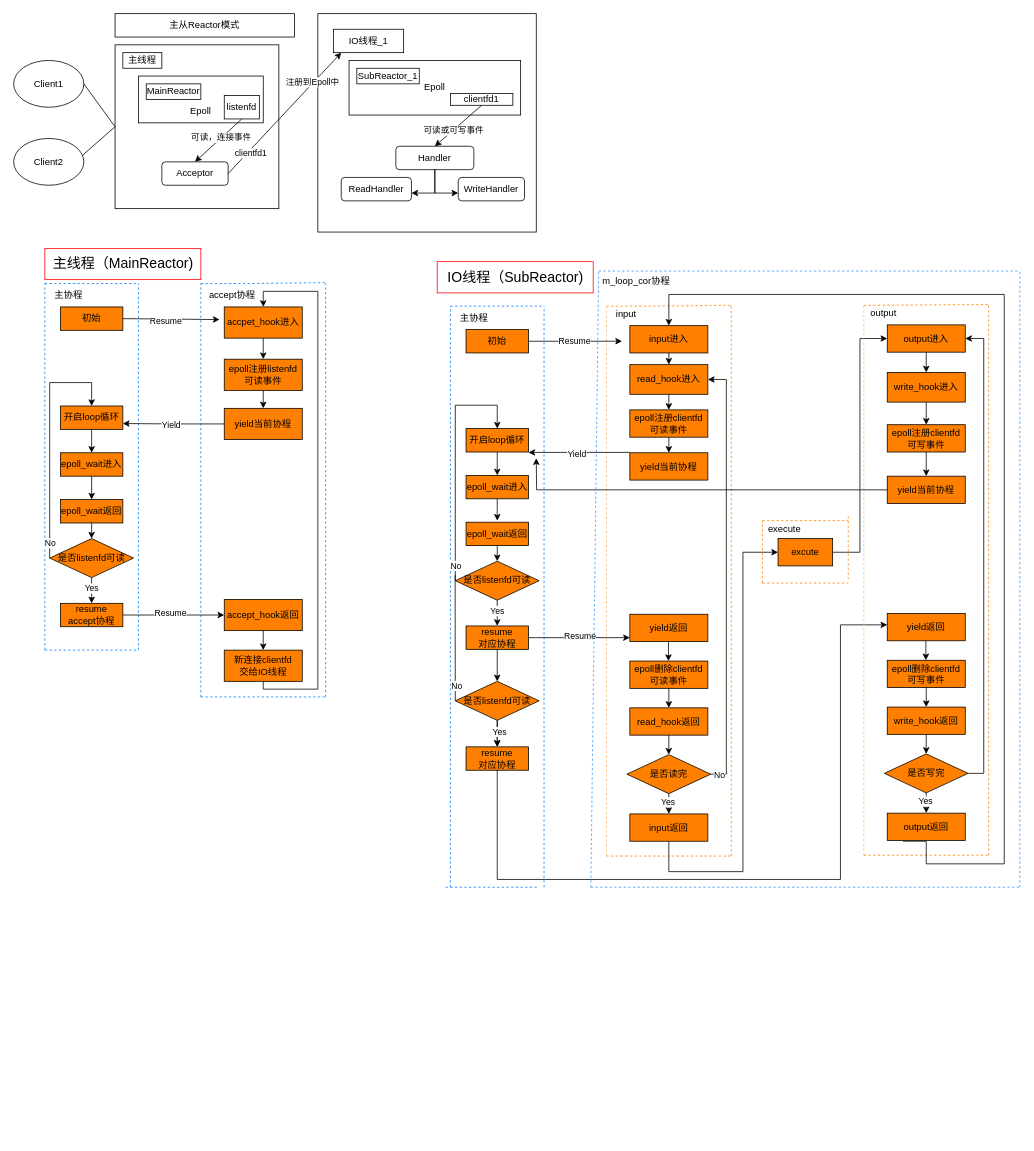
This is 项目运行截图/未命名绘图.drawio from ykangZhang/Face-recognition, a draw.io file, before an edit. Source tidied: cells renumbered, new cells numbered last; positions are measured from the earlier drawing's top-left corner, leaving out a move shared by most shapes. Both pictures are drawn from the tidied source at 78%, with x=0, y=0 at pixel (13, 13).
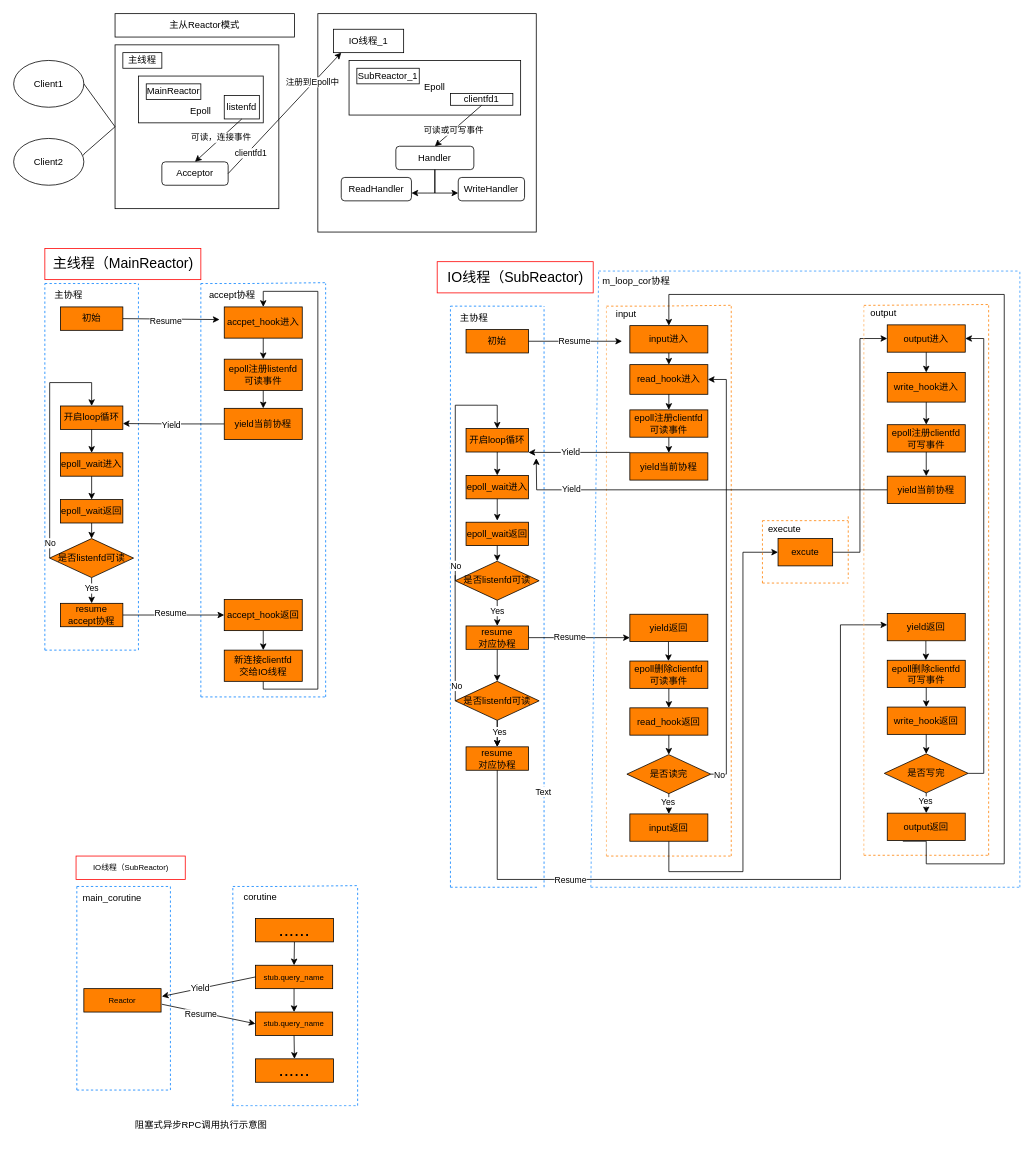
The same page after the edit.

Commit message (it also covers changes not shown here):
更新未命名绘图.drawio

Unchanged cells that the change refers to:
```xml
<mxCell id="69" style="endArrow=none;dashed=1;html=1;rounded=0;fillColor=#00FFFF;strokeColor=#007FFF;" parent="1" edge="1">
  <mxGeometry relative="1" as="geometry">
    <mxPoint x="680" y="1120" as="sourcePoint" />
    <mxPoint x="680" y="375" as="targetPoint" />
  </mxGeometry>
</mxCell>
<mxCell id="81" style="edgeStyle=orthogonalEdgeStyle;rounded=0;orthogonalLoop=1;jettySize=auto;html=1;entryX=1;entryY=0.75;entryDx=0;entryDy=0;" parent="1" edge="1">
  <mxGeometry relative="1" as="geometry">
    <mxPoint x="790" y="562.5" as="sourcePoint" />
    <mxPoint x="660" y="562.5" as="targetPoint" />
    <Array as="points">
      <mxPoint x="725" y="563" />
    </Array>
  </mxGeometry>
</mxCell>
<mxCell id="94" style="edgeStyle=orthogonalEdgeStyle;rounded=0;jettySize=auto;html=1;exitX=1;exitY=0.5;exitDx=0;exitDy=0;entryX=0;entryY=0.5;entryDx=0;entryDy=0;" parent="1" edge="1" source="97">
  <mxGeometry relative="1" as="geometry">
    <mxPoint x="790" y="800" as="targetPoint" />
  </mxGeometry>
</mxCell>
<mxCell id="104" style="edgeStyle=orthogonalEdgeStyle;rounded=0;orthogonalLoop=1;jettySize=auto;html=1;exitX=0.5;exitY=1;exitDx=0;exitDy=0;entryX=0;entryY=0.75;entryDx=0;entryDy=0;" parent="1" edge="1">
  <mxGeometry relative="1" as="geometry">
    <mxPoint x="620" y="958.4" as="sourcePoint" />
    <mxPoint x="1120" y="783.6" as="targetPoint" />
    <Array as="points">
      <mxPoint x="620" y="1110" />
      <mxPoint x="1060" y="1110" />
      <mxPoint x="1060" y="784" />
    </Array>
  </mxGeometry>
</mxCell>
<mxCell id="145" style="edgeStyle=orthogonalEdgeStyle;rounded=0;jettySize=auto;html=1;exitX=0;exitY=0.5;exitDx=0;exitDy=0;" parent="1" edge="1" source="146">
  <mxGeometry relative="1" as="geometry">
    <mxPoint x="670" y="570" as="targetPoint" />
  </mxGeometry>
</mxCell>
```

What changed in the source:
```diff
@@
     <mxCell id="68" style="endArrow=none;dashed=1;html=1;rounded=0;strokeColor=#007FFF;" parent="1" edge="1">
       <mxGeometry relative="1" as="geometry">
-        <mxPoint x="553.8" y="1120" as="sourcePoint" />
+        <mxPoint x="560" y="1120" as="sourcePoint" />
         <mxPoint x="673.8" y="1120" as="targetPoint" />
       </mxGeometry>
     </mxCell>
@@
+    <mxCell id="166" value="Text" style="edgeLabel;html=1;align=center;verticalAlign=middle;" parent="69" vertex="1">
+      <mxGeometry x="-0.67" y="2" relative="1" as="geometry" />
+    </mxCell>
@@
     <mxCell id="82" value="Yield" style="edgeLabel;html=1;align=center;verticalAlign=middle;" parent="81" vertex="1">
       <mxGeometry x="0.08" y="2" relative="1" as="geometry">
-        <mxPoint x="1" as="offset" />
+        <mxPoint x="-7" y="-3" as="offset" />
       </mxGeometry>
     </mxCell>
@@
     <mxCell id="95" value="Resume" style="edgeLabel;html=1;align=center;verticalAlign=middle;" parent="94" vertex="1">
-      <mxGeometry x="0.01" y="3" relative="1" as="geometry" />
+      <mxGeometry x="0.01" y="3" relative="1" as="geometry">
+        <mxPoint x="-13" y="2" as="offset" />
+      </mxGeometry>
     </mxCell>
@@
+    <mxCell id="167" value="Resume" style="edgeLabel;html=1;align=center;verticalAlign=middle;" parent="104" vertex="1">
+      <mxGeometry x="-0.49" y="2" relative="1" as="geometry">
+        <mxPoint x="-4" y="2" as="offset" />
+      </mxGeometry>
+    </mxCell>
@@
+    <mxCell id="168" value="Yield" style="edgeLabel;html=1;align=center;verticalAlign=middle;" parent="145" vertex="1">
+      <mxGeometry x="0.62" y="5" relative="1" as="geometry">
+        <mxPoint x="-9" y="-6" as="offset" />
+      </mxGeometry>
+    </mxCell>
@@
+    <mxCell id="169" style="endArrow=none;dashed=1;html=1;rounded=0;strokeColor=#007FFF;" parent="1" edge="1">
+      <mxGeometry relative="1" as="geometry">
+        <mxPoint x="81" y="1380" as="sourcePoint" />
+        <mxPoint x="81" y="1119" as="targetPoint" />
+      </mxGeometry>
+    </mxCell>
+    <mxCell id="170" style="endArrow=none;dashed=1;html=1;rounded=0;strokeColor=#007FFF;" parent="1" edge="1">
+      <mxGeometry relative="1" as="geometry">
+        <mxPoint x="81" y="1380" as="sourcePoint" />
+        <mxPoint x="200" y="1380" as="targetPoint" />
+        <Array as="points">
+          <mxPoint x="140" y="1380" />
+        </Array>
+      </mxGeometry>
+    </mxCell>
+    <mxCell id="171" style="endArrow=none;dashed=1;html=1;rounded=0;fillColor=#00FFFF;strokeColor=#007FFF;" parent="1" edge="1">
+      <mxGeometry relative="1" as="geometry">
+        <mxPoint x="201" y="1380" as="sourcePoint" />
+        <mxPoint x="201" y="1119" as="targetPoint" />
+      </mxGeometry>
+    </mxCell>
+    <mxCell id="172" style="endArrow=none;dashed=1;html=1;rounded=0;strokeColor=#007FFF;" parent="1" edge="1">
+      <mxGeometry relative="1" as="geometry">
+        <mxPoint x="81" y="1119" as="sourcePoint" />
+        <mxPoint x="201" y="1119" as="targetPoint" />
+        <Array as="points">
+          <mxPoint x="141" y="1119" />
+        </Array>
+      </mxGeometry>
+    </mxCell>
+    <mxCell id="173" style="endArrow=none;dashed=1;html=1;rounded=0;strokeColor=#007FFF;" parent="1" edge="1">
+      <mxGeometry relative="1" as="geometry">
+        <mxPoint x="281" y="1400" as="sourcePoint" />
+        <mxPoint x="281" y="1119" as="targetPoint" />
+      </mxGeometry>
+    </mxCell>
+    <mxCell id="174" style="endArrow=none;dashed=1;html=1;rounded=0;fillColor=#00FFFF;strokeColor=#007FFF;" parent="1" edge="1">
+      <mxGeometry relative="1" as="geometry">
+        <mxPoint x="441" y="1400" as="sourcePoint" />
+        <mxPoint x="441" y="1119" as="targetPoint" />
+      </mxGeometry>
+    </mxCell>
+    <mxCell id="175" style="endArrow=none;dashed=1;html=1;rounded=0;strokeColor=#007FFF;entryX=0.039;entryY=0.996;entryDx=0;entryDy=0;entryPerimeter=0;" parent="1" edge="1">
+      <mxGeometry relative="1" as="geometry">
+        <mxPoint x="281" y="1119" as="sourcePoint" />
+        <mxPoint x="441.9" y="1117.9" as="targetPoint" />
+        <Array as="points">
+          <mxPoint x="341" y="1119" />
+        </Array>
+      </mxGeometry>
+    </mxCell>
+    <mxCell id="176" value="main_corutine" style="text;html=1;align=center;verticalAlign=middle;strokeColor=none;fillColor=none;" parent="1" vertex="1">
+      <mxGeometry x="76" y="1119" width="100" height="30" as="geometry" />
+    </mxCell>
+    <mxCell id="177" value="corutine" style="text;html=1;align=center;verticalAlign=middle;strokeColor=none;fillColor=none;" parent="1" vertex="1">
+      <mxGeometry x="281" y="1118" width="70" height="30" as="geometry" />
+    </mxCell>
+    <mxCell id="178" style="edgeStyle=orthogonalEdgeStyle;rounded=0;jettySize=auto;html=1;exitX=0.5;exitY=1;exitDx=0;exitDy=0;entryX=0.5;entryY=0;entryDx=0;entryDy=0;" parent="1" edge="1" source="179" target="182">
+      <mxGeometry relative="1" as="geometry" />
+    </mxCell>
+    <mxCell id="179" value="&lt;font style=&quot;font-size: 24px;&quot;&gt;......&lt;br&gt;&lt;/font&gt;" style="rounded=0;whiteSpace=wrap;html=1;fillColor=#FF8000;" parent="1" vertex="1">
+      <mxGeometry x="310" y="1160" width="100" height="30" as="geometry" />
+    </mxCell>
+    <mxCell id="180" style="endArrow=none;dashed=1;html=1;rounded=0;strokeColor=#3399FF;" parent="1" edge="1">
+      <mxGeometry relative="1" as="geometry">
+        <mxPoint x="279.5" y="1400" as="sourcePoint" />
+        <mxPoint x="439.5" y="1400" as="targetPoint" />
+      </mxGeometry>
+    </mxCell>
+    <mxCell id="181" style="edgeStyle=orthogonalEdgeStyle;rounded=0;jettySize=auto;html=1;exitX=0.5;exitY=1;exitDx=0;exitDy=0;entryX=0.5;entryY=0;entryDx=0;entryDy=0;" parent="1" edge="1" source="182" target="184">
+      <mxGeometry relative="1" as="geometry" />
+    </mxCell>
+    <mxCell id="182" value="&lt;font style=&quot;&quot;&gt;&lt;font style=&quot;font-size: 10px;&quot;&gt;stub.query_name&lt;/font&gt;&lt;br&gt;&lt;/font&gt;" style="rounded=0;whiteSpace=wrap;html=1;fillColor=#FF8000;" parent="1" vertex="1">
+      <mxGeometry x="310" y="1220" width="99" height="30" as="geometry" />
+    </mxCell>
+    <mxCell id="183" style="edgeStyle=orthogonalEdgeStyle;rounded=0;jettySize=auto;html=1;exitX=0.5;exitY=1;exitDx=0;exitDy=0;entryX=0.5;entryY=0;entryDx=0;entryDy=0;" parent="1" edge="1" source="184" target="185">
+      <mxGeometry relative="1" as="geometry" />
+    </mxCell>
+    <mxCell id="184" value="&lt;font style=&quot;&quot;&gt;&lt;font style=&quot;font-size: 10px;&quot;&gt;stub.query_name&lt;/font&gt;&lt;br&gt;&lt;/font&gt;" style="rounded=0;whiteSpace=wrap;html=1;fillColor=#FF8000;" parent="1" vertex="1">
+      <mxGeometry x="310" y="1280" width="99" height="30" as="geometry" />
+    </mxCell>
+    <mxCell id="185" value="&lt;font style=&quot;font-size: 24px;&quot;&gt;......&lt;br&gt;&lt;/font&gt;" style="rounded=0;whiteSpace=wrap;html=1;fillColor=#FF8000;" parent="1" vertex="1">
+      <mxGeometry x="310" y="1340" width="100" height="30" as="geometry" />
+    </mxCell>
+    <mxCell id="186" value="&lt;font style=&quot;&quot;&gt;&lt;span style=&quot;font-size: 10px;&quot;&gt;Reactor&lt;/span&gt;&lt;br&gt;&lt;/font&gt;" style="rounded=0;whiteSpace=wrap;html=1;fillColor=#FF8000;" parent="1" vertex="1">
+      <mxGeometry x="90" y="1250" width="99" height="30" as="geometry" />
+    </mxCell>
+    <mxCell id="187" style="endArrow=classic;html=1;rounded=0;entryX=0;entryY=0.5;entryDx=0;entryDy=0;" parent="1" edge="1" target="184">
+      <mxGeometry relative="1" as="geometry">
+        <mxPoint x="190" y="1270" as="sourcePoint" />
+      </mxGeometry>
+    </mxCell>
+    <mxCell id="188" value="Resume" style="edgeLabel;html=1;align=center;verticalAlign=middle;" parent="187" vertex="1">
+      <mxGeometry x="-0.03" relative="1" as="geometry">
+        <mxPoint x="-8" as="offset" />
+      </mxGeometry>
+    </mxCell>
+    <mxCell id="189" style="endArrow=classic;html=1;rounded=0;exitX=0;exitY=0.5;exitDx=0;exitDy=0;" parent="1" edge="1" source="182">
+      <mxGeometry relative="1" as="geometry">
+        <mxPoint x="190" y="1260" as="targetPoint" />
+      </mxGeometry>
+    </mxCell>
+    <mxCell id="190" value="Yield" style="edgeLabel;html=1;align=center;verticalAlign=middle;" parent="189" vertex="1">
+      <mxGeometry x="-0.01" y="1" relative="1" as="geometry">
+        <mxPoint x="-12" as="offset" />
+      </mxGeometry>
+    </mxCell>
+    <mxCell id="191" value="&lt;font style=&quot;font-size: 10px;&quot;&gt;IO线程（SubReactor)&lt;/font&gt;" style="text;html=1;align=center;verticalAlign=middle;strokeColor=#FF0000;fillColor=none;" parent="1" vertex="1">
+      <mxGeometry x="80" y="1080" width="140" height="30" as="geometry" />
+    </mxCell>
+    <mxCell id="192" value="阻塞式异步RPC调用执行示意图" style="text;html=1;align=center;verticalAlign=middle;strokeColor=none;fillColor=none;" parent="1" vertex="1">
+      <mxGeometry x="145" y="1410" width="190" height="30" as="geometry" />
+    </mxCell>
```
